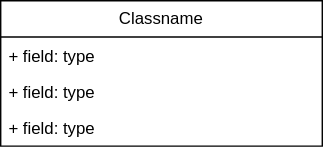
bobbyreed/one-jump keeps this draw.io diagram as docs/devDocs/classDiagram.drawio.svg. Above is the earlier version. Source tidied: cells renumbered, new cells last; positions are measured from the earlier drawing's top-left corner, leaving out a move shared by most shapes.
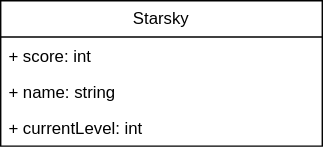
The same file after the commit.

Change to the diagram source:
```diff
@@ -2,16 +2,16 @@
   <root>
     <mxCell id="0" />
     <mxCell id="1" parent="0" />
-    <mxCell id="2" value="Classname" style="swimlane;fontStyle=0;horizontal=1;startSize=26;fillColor=none;whiteSpace=wrap;html=1;" parent="1" vertex="1">
+    <mxCell id="2" value="Starsky" style="swimlane;fontStyle=0;horizontal=1;startSize=26;fillColor=none;whiteSpace=wrap;html=1;" parent="1" vertex="1">
       <mxGeometry width="230" height="104" as="geometry" />
     </mxCell>
-    <mxCell id="3" value="+ field: type" style="text;strokeColor=none;fillColor=none;align=left;verticalAlign=top;spacingLeft=4;spacingRight=4;overflow=hidden;whiteSpace=wrap;html=1;" parent="2" vertex="1">
+    <mxCell id="3" value="+ score: int" style="text;strokeColor=none;fillColor=none;align=left;verticalAlign=top;spacingLeft=4;spacingRight=4;overflow=hidden;whiteSpace=wrap;html=1;" parent="2" vertex="1">
       <mxGeometry y="26" width="230" height="26" as="geometry" />
     </mxCell>
-    <mxCell id="4" value="+ field: type" style="text;strokeColor=none;fillColor=none;align=left;verticalAlign=top;spacingLeft=4;spacingRight=4;overflow=hidden;whiteSpace=wrap;html=1;" parent="2" vertex="1">
+    <mxCell id="4" value="+ name: string" style="text;strokeColor=none;fillColor=none;align=left;verticalAlign=top;spacingLeft=4;spacingRight=4;overflow=hidden;whiteSpace=wrap;html=1;" parent="2" vertex="1">
       <mxGeometry y="52" width="230" height="26" as="geometry" />
     </mxCell>
-    <mxCell id="5" value="+ field: type" style="text;strokeColor=none;fillColor=none;align=left;verticalAlign=top;spacingLeft=4;spacingRight=4;overflow=hidden;whiteSpace=wrap;html=1;" parent="2" vertex="1">
+    <mxCell id="5" value="&lt;div&gt;+ currentLevel: int&lt;/div&gt;&lt;div&gt;&lt;br&gt;&lt;/div&gt;" style="text;strokeColor=none;fillColor=none;align=left;verticalAlign=top;spacingLeft=4;spacingRight=4;overflow=hidden;whiteSpace=wrap;html=1;" parent="2" vertex="1">
       <mxGeometry y="78" width="230" height="26" as="geometry" />
     </mxCell>
   </root>
```
